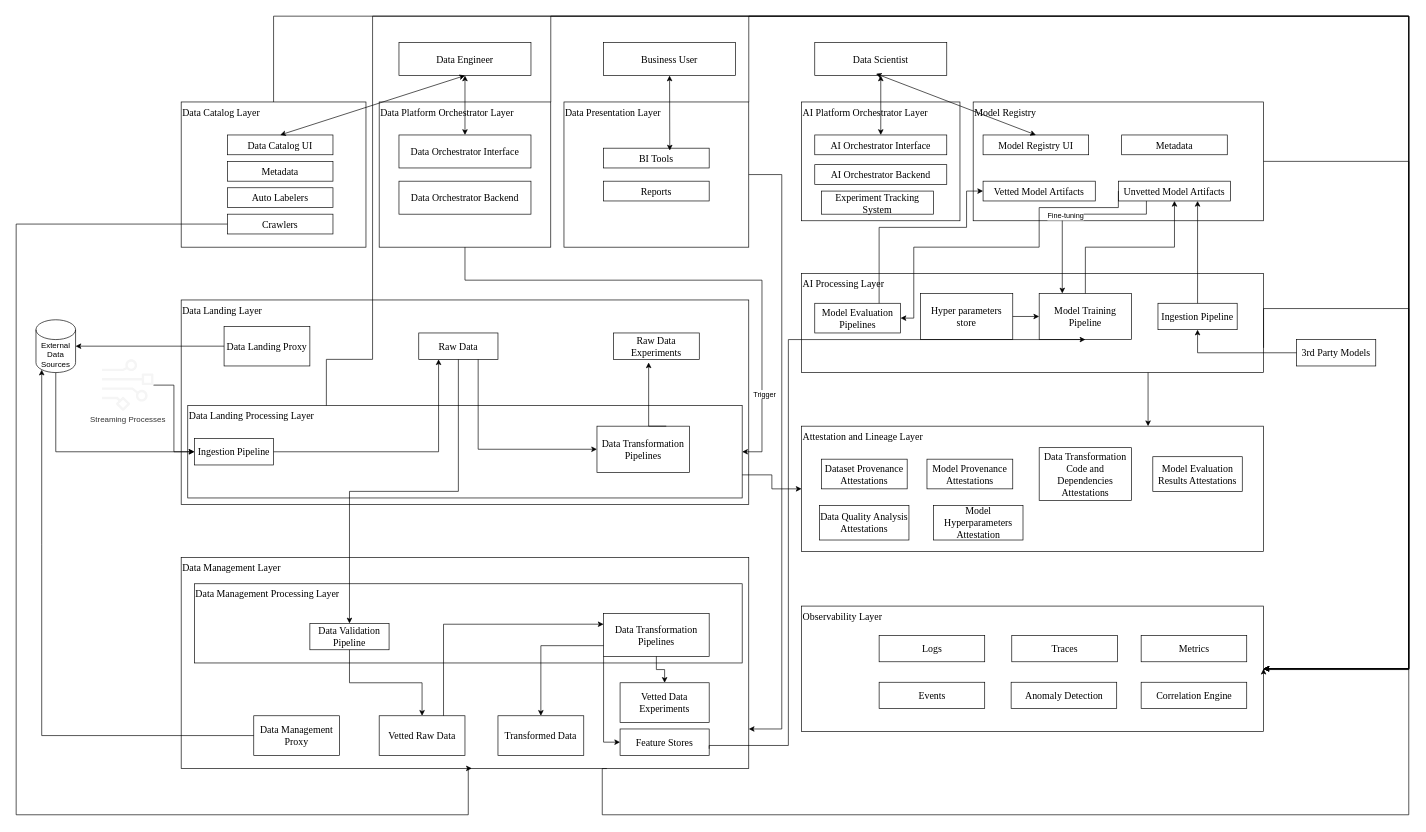
The draw.io diagram Library/reference-architecture/training-and-data/dt_ref_arch_mar_2026.drawio in albrodfer1/ai-reference-architecture-library, before the edit. Source tidied: cells renumbered, new cells numbered last; positions are measured from the earlier drawing's top-left corner, leaving out a move shared by most shapes. Both pictures are drawn from the tidied source at 66%, with x=0, y=0 at pixel (16, 16).
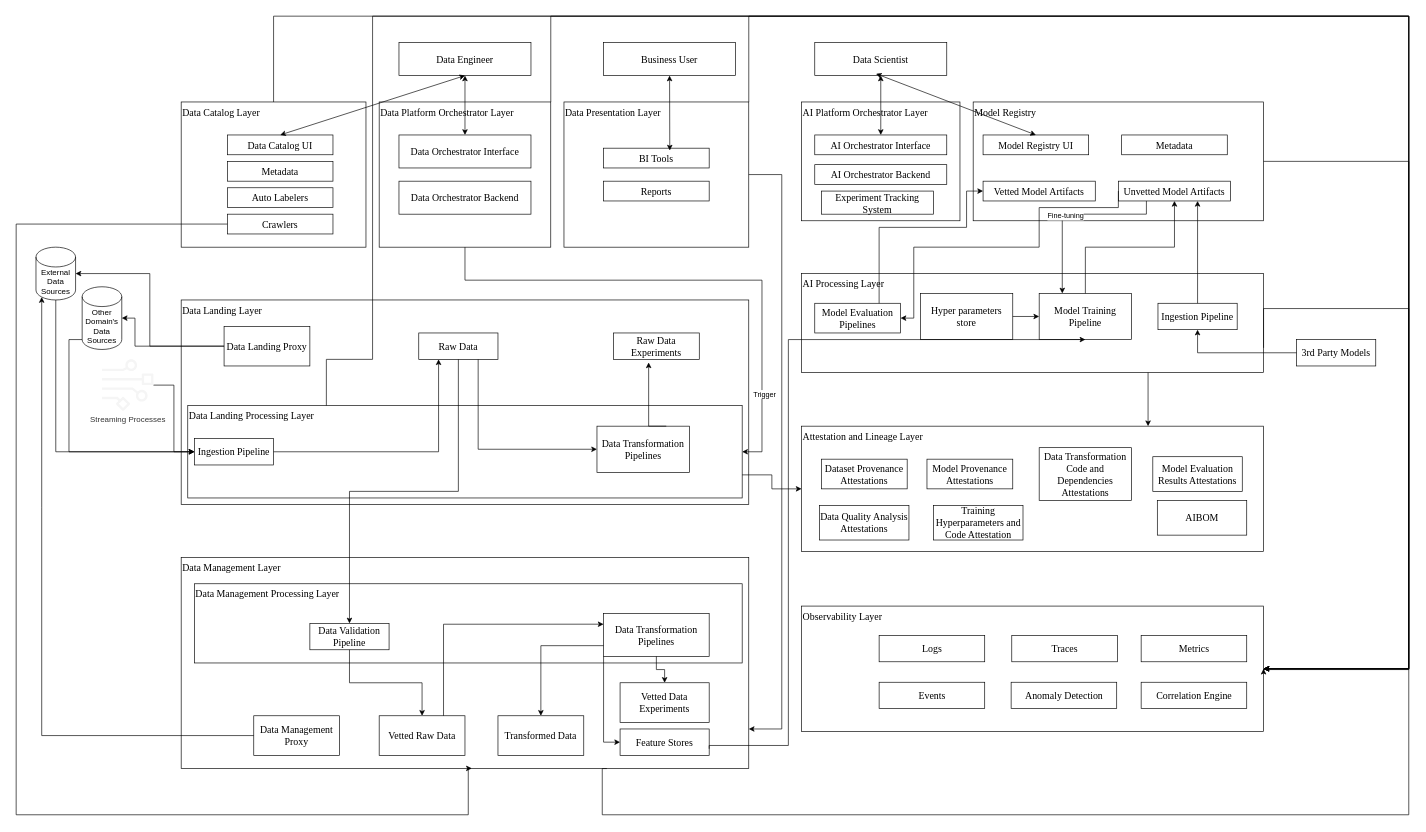
The same page after the edit.

Commit message:
feat: add AIBOM to drawio diagram

The change refers to these unchanged cells:
```xml
<mxCell id="41" value="Ingestion Pipeline" style="rounded=0;whiteSpace=wrap;html=1;fillColor=none;verticalAlign=middle;fontFamily=Times New Roman;fontSize=15;" parent="1" vertex="1">
  <mxGeometry x="270" y="640" width="120" height="40" as="geometry" />
</mxCell>
<mxCell id="43" value="Data Landing Proxy" style="rounded=0;whiteSpace=wrap;html=1;fillColor=none;verticalAlign=middle;fontFamily=Times New Roman;fontSize=15;" parent="1" vertex="1">
  <mxGeometry x="315" y="470" width="130" height="60" as="geometry" />
</mxCell>
```

Change to the diagram source:
```diff
@@
     <mxCell id="45" value="External Data Sources" style="shape=cylinder3;whiteSpace=wrap;html=1;boundedLbl=1;backgroundOutline=1;size=15;fillColor=none;" parent="1" vertex="1">
-      <mxGeometry x="30" y="460" width="60" height="80" as="geometry" />
+      <mxGeometry x="30" y="350" width="60" height="80" as="geometry" />
     </mxCell>
@@
-    <mxCell id="99" value="Model Hyperparameters Attestation" style="rounded=0;whiteSpace=wrap;html=1;fillColor=none;verticalAlign=middle;fontFamily=Times New Roman;fontSize=15;" parent="1" vertex="1">
+    <mxCell id="99" value="Training Hyperparameters and Code Attestation" style="rounded=0;whiteSpace=wrap;html=1;fillColor=none;verticalAlign=middle;fontFamily=Times New Roman;fontSize=15;" parent="1" vertex="1">
       <mxGeometry x="1390" y="741.2" width="135.5" height="52.5" as="geometry" />
     </mxCell>
@@
+    <mxCell id="103" style="edgeStyle=orthogonalEdgeStyle;rounded=0;jettySize=auto;html=1;exitX=0;exitY=1;exitDx=0;exitDy=-15;exitPerimeter=0;entryX=0;entryY=0.5;entryDx=0;entryDy=0;" parent="1" edge="1" source="104" target="41">
+      <mxGeometry relative="1" as="geometry" />
+    </mxCell>
+    <mxCell id="104" value="Other Domain's Data Sources" style="shape=cylinder3;whiteSpace=wrap;html=1;boundedLbl=1;backgroundOutline=1;size=15;fillColor=none;" parent="1" vertex="1">
+      <mxGeometry x="100" y="410" width="60" height="95" as="geometry" />
+    </mxCell>
+    <mxCell id="105" style="edgeStyle=orthogonalEdgeStyle;rounded=0;jettySize=auto;html=1;exitX=0;exitY=0.5;exitDx=0;exitDy=0;entryX=1;entryY=0.5;entryDx=0;entryDy=0;entryPerimeter=0;" parent="1" edge="1" source="43" target="104">
+      <mxGeometry relative="1" as="geometry">
+        <Array as="points">
+          <mxPoint x="180" y="500" />
+          <mxPoint x="180" y="458" />
+        </Array>
+      </mxGeometry>
+    </mxCell>
+    <mxCell id="106" value="AIBOM" style="rounded=0;whiteSpace=wrap;html=1;fillColor=none;verticalAlign=middle;fontFamily=Times New Roman;fontSize=15;" parent="1" vertex="1">
+      <mxGeometry x="1729" y="733.8" width="135.5" height="52.5" as="geometry" />
+    </mxCell>
```
